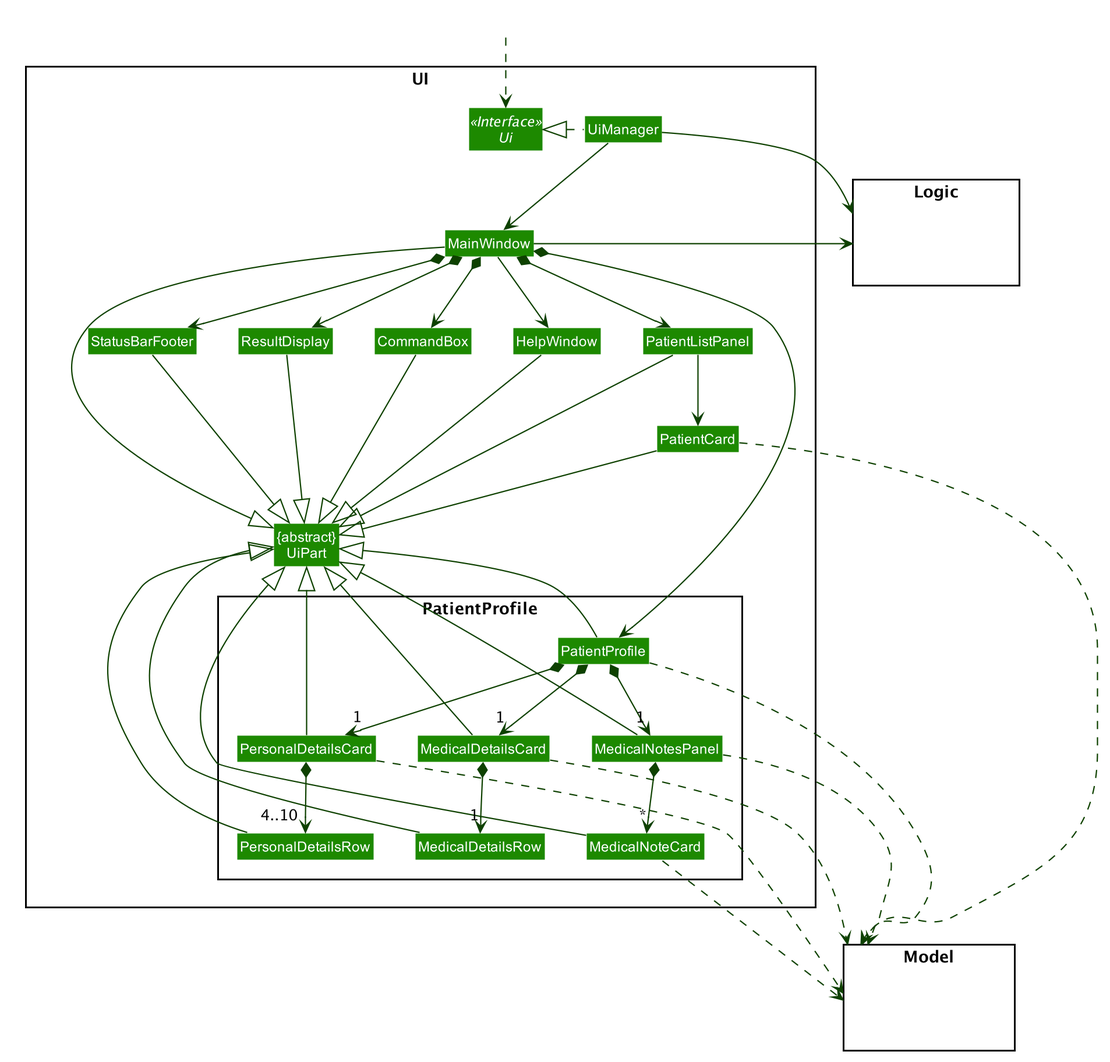
Earlier version of the PlantUML export docs/images/UiClassDiagram.png (wang-jun-hao/tp).
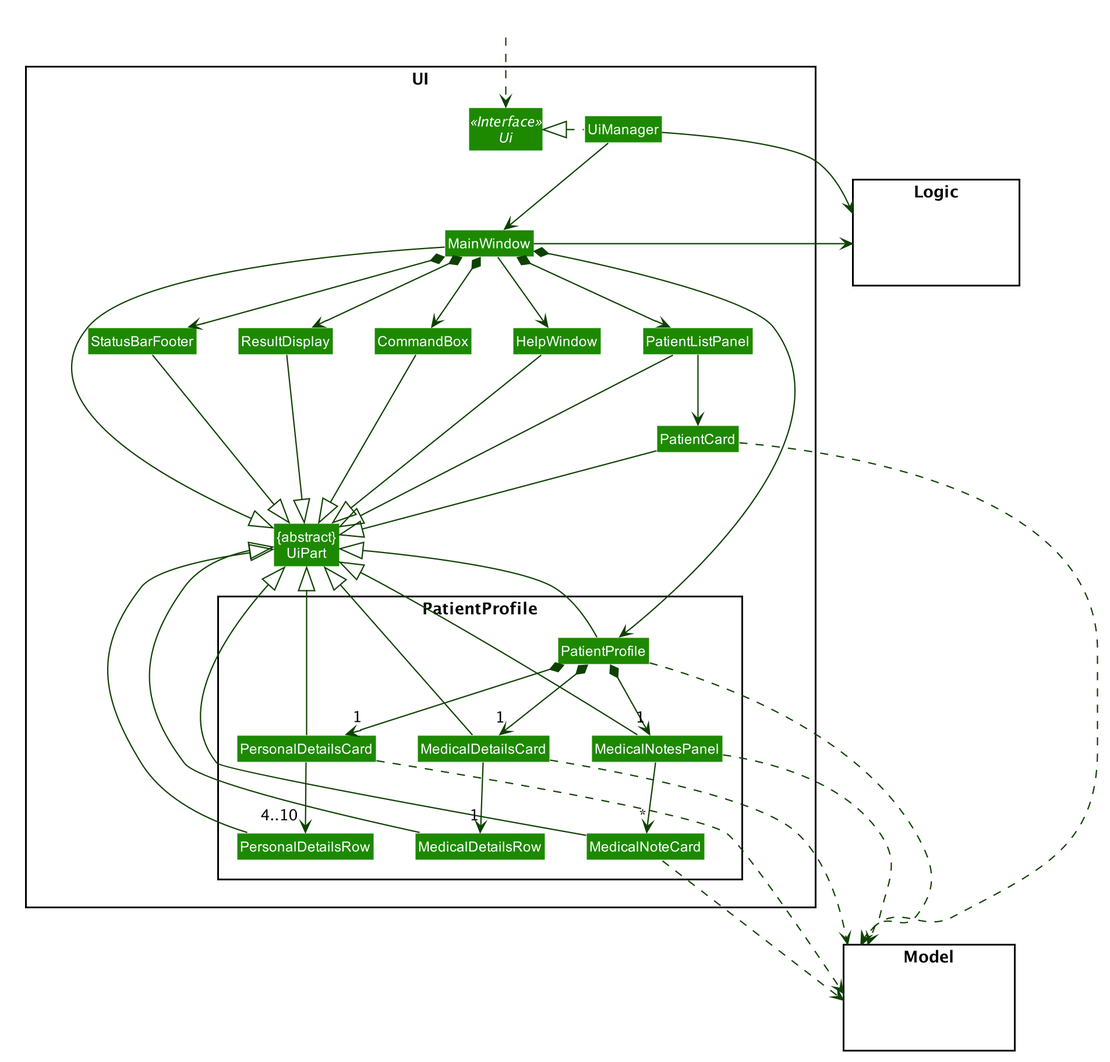
Later version of the same file.

Commit message:
Remove composition for some classes in class diagrams

What changed in the source:
```diff
@@ -122,13 +122,13 @@
 PatientProfile *--> "1" MedicalNotesPanel
 
 PersonalDetailsCard .right.> Model
-PersonalDetailsCard *--> "4..10" PersonalDetailsRow
+PersonalDetailsCard --> "4..10" PersonalDetailsRow
 
 MedicalDetailsCard .right.> Model
-MedicalDetailsCard *--> "1" MedicalDetailsRow
+MedicalDetailsCard --> "1" MedicalDetailsRow
 
 MedicalNotesPanel .right.> Model
-MedicalNotesPanel *--> "*" MedicalNoteCard
+MedicalNotesPanel --> "*" MedicalNoteCard
 MedicalNoteCard ..> Model
 
 PatientListPanel -[hidden]left- HelpWindow
```
